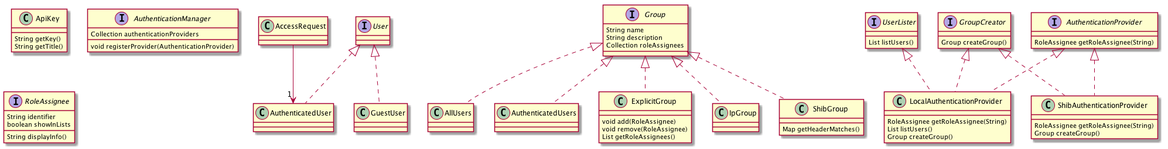
Earlier version of the PlantUML export doc/Architecture/auth-classes.png (IQSS/dataverse).
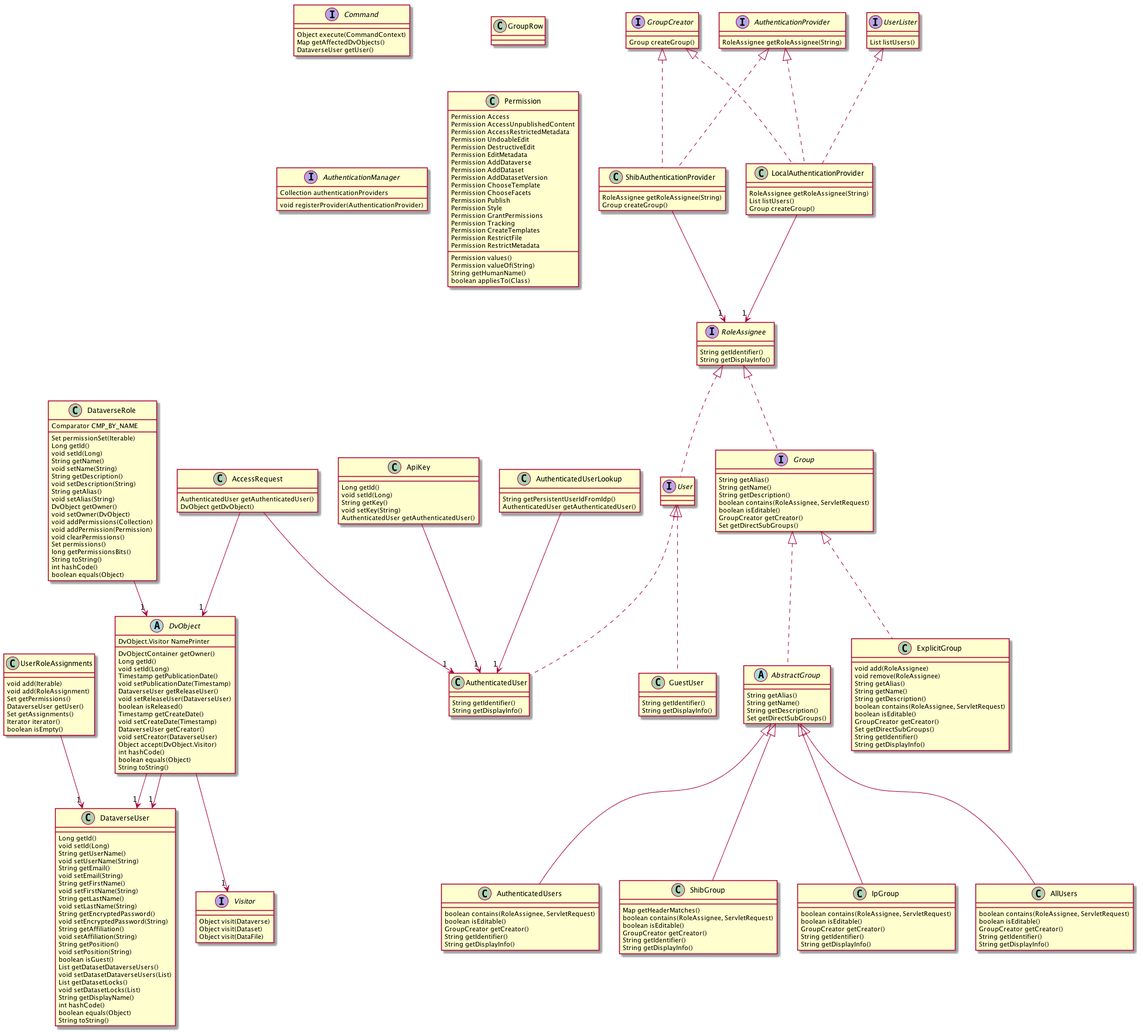
After the change.

What changed in the source:
```diff
@@ -1,77 +1,261 @@
 @startuml
 
 
+class DataverseUser
+abstract DvObject
+interface Visitor
+
+interface Command
+
+class IpGroup
+
+abstract AbstractGroup
+class AllUsers
+class AuthenticatedUsers
+class ExplicitGroup
+
+class ShibGroup
+
+interface Group
+interface GroupCreator
+class GroupRow
+
 class AccessRequest
-class AllUsers
 class ApiKey
 class AuthenticatedUser
-class AuthenticatedUsers
+class AuthenticatedUserLookup
 interface AuthenticationManager
 interface AuthenticationProvider
-class ExplicitGroup
-interface Group
-interface GroupCreator
+class DataverseRole
 class GuestUser
-class IpGroup
 class LocalAuthenticationProvider
+enum Permission
 interface RoleAssignee
 class ShibAuthenticationProvider
-class ShibGroup
 interface User
 interface UserLister
+class UserRoleAssignments
+class Permission
 
+
+Visitor : Object visit(Dataverse)
+Visitor : Object visit(Dataset)
+Visitor : Object visit(DataFile)
+
+Group <|.. AbstractGroup
+AbstractGroup : String getAlias()
+AbstractGroup : String getName()
+AbstractGroup : String getDescription()
+AbstractGroup : Set getDirectSubGroups()
+
+DvObject : DvObject.Visitor NamePrinter
+DvObject --> "1" Visitor
+DvObject --> "1" DataverseUser
+DvObject --> "1" DataverseUser
+DvObject : DvObjectContainer getOwner()
+DvObject : Long getId()
+DvObject : void setId(Long)
+DvObject : Timestamp getPublicationDate()
+DvObject : void setPublicationDate(Timestamp)
+DvObject : DataverseUser getReleaseUser()
+DvObject : void setReleaseUser(DataverseUser)
+DvObject : boolean isReleased()
+DvObject : Timestamp getCreateDate()
+DvObject : void setCreateDate(Timestamp)
+DvObject : DataverseUser getCreator()
+DvObject : void setCreator(DataverseUser)
+DvObject : Object accept(DvObject.Visitor)
+DvObject : int hashCode()
+DvObject : boolean equals(Object)
+DvObject : String toString()
+
+DataverseRole : Comparator CMP_BY_NAME
+DataverseRole --> "1" DvObject
+DataverseRole : Set permissionSet(Iterable)
+DataverseRole : Long getId()
+DataverseRole : void setId(Long)
+DataverseRole : String getName()
+DataverseRole : void setName(String)
+DataverseRole : String getDescription()
+DataverseRole : void setDescription(String)
+DataverseRole : String getAlias()
+DataverseRole : void setAlias(String)
+DataverseRole : DvObject getOwner()
+DataverseRole : void setOwner(DvObject)
+DataverseRole : void addPermissions(Collection)
+DataverseRole : void addPermission(Permission)
+DataverseRole : void clearPermissions()
+DataverseRole : Set permissions()
+DataverseRole : long getPermissionsBits()
+DataverseRole : String toString()
+DataverseRole : int hashCode()
+DataverseRole : boolean equals(Object)
+
+
+User <|.. AuthenticatedUser
+AuthenticatedUser : String getIdentifier()
+AuthenticatedUser : String getDisplayInfo()
+
+UserLister : List listUsers()
+
+AccessRequest --> "1" AuthenticatedUser
+AccessRequest --> "1" DvObject
+AccessRequest : AuthenticatedUser getAuthenticatedUser()
+AccessRequest : DvObject getDvObject()
+
+ApiKey --> "1" AuthenticatedUser
+ApiKey : Long getId()
+ApiKey : void setId(Long)
+ApiKey : String getKey()
+ApiKey : void setKey(String)
+ApiKey : AuthenticatedUser getAuthenticatedUser()
 
 AuthenticationProvider <|.. LocalAuthenticationProvider
 UserLister <|.. LocalAuthenticationProvider
 GroupCreator <|.. LocalAuthenticationProvider
+LocalAuthenticationProvider --> "1" RoleAssignee
 LocalAuthenticationProvider : RoleAssignee getRoleAssignee(String)
 LocalAuthenticationProvider : List listUsers()
 LocalAuthenticationProvider : Group createGroup()
 
-Group <|.. AllUsers
+AuthenticationProvider : RoleAssignee getRoleAssignee(String)
 
-AuthenticationProvider : RoleAssignee getRoleAssignee(String)
+AbstractGroup <|-- ShibGroup
+ShibGroup : Map getHeaderMatches()
+ShibGroup : boolean contains(RoleAssignee, ServletRequest)
+ShibGroup : boolean isEditable()
+ShibGroup : GroupCreator getCreator()
+ShibGroup : String getIdentifier()
+ShibGroup : String getDisplayInfo()
+
+Command : Object execute(CommandContext)
+Command : Map getAffectedDvObjects()
+Command : DataverseUser getUser()
+
+UserRoleAssignments --> "1" DataverseUser
+UserRoleAssignments : void add(Iterable)
+UserRoleAssignments : void add(RoleAssignment)
+UserRoleAssignments : Set getPermissions()
+UserRoleAssignments : DataverseUser getUser()
+UserRoleAssignments : Set getAssignments()
+UserRoleAssignments : Iterator iterator()
+UserRoleAssignments : boolean isEmpty()
+
+User <|.. GuestUser
+GuestUser : String getIdentifier()
+GuestUser : String getDisplayInfo()
+
+AbstractGroup <|-- AllUsers
+AllUsers : boolean contains(RoleAssignee, ServletRequest)
+AllUsers : boolean isEditable()
+AllUsers : GroupCreator getCreator()
+AllUsers : String getIdentifier()
+AllUsers : String getDisplayInfo()
+
+Permission : Permission Access
+Permission : Permission AccessUnpublishedContent
+Permission : Permission AccessRestrictedMetadata
+Permission : Permission UndoableEdit
+Permission : Permission DestructiveEdit
+Permission : Permission EditMetadata
+Permission : Permission AddDataverse
+Permission : Permission AddDataset
+Permission : Permission AddDatasetVersion
+Permission : Permission ChooseTemplate
+Permission : Permission ChooseFacets
+Permission : Permission Publish
+Permission : Permission Style
+Permission : Permission GrantPermissions
+Permission : Permission Tracking
+Permission : Permission CreateTemplates
+Permission : Permission RestrictFile
+Permission : Permission RestrictMetadata
+Permission : Permission values()
+Permission : Permission valueOf(String)
+Permission : String getHumanName()
+Permission : boolean appliesTo(Class)
 
 AuthenticationProvider <|.. ShibAuthenticationProvider
 GroupCreator <|.. ShibAuthenticationProvider
+ShibAuthenticationProvider --> "1" RoleAssignee
 ShibAuthenticationProvider : RoleAssignee getRoleAssignee(String)
 ShibAuthenticationProvider : Group createGroup()
+
+AuthenticatedUserLookup --> "1" AuthenticatedUser
+AuthenticatedUserLookup : String getPersistentUserIdFromIdp()
+AuthenticatedUserLookup : AuthenticatedUser getAuthenticatedUser()
+
+DataverseUser : Long getId()
+DataverseUser : void setId(Long)
+DataverseUser : String getUserName()
+DataverseUser : void setUserName(String)
+DataverseUser : String getEmail()
+DataverseUser : void setEmail(String)
+DataverseUser : String getFirstName()
+DataverseUser : void setFirstName(String)
+DataverseUser : String getLastName()
+DataverseUser : void setLastName(String)
+DataverseUser : String getEncryptedPassword()
+DataverseUser : void setEncryptedPassword(String)
+DataverseUser : String getAffiliation()
+DataverseUser : void setAffiliation(String)
+DataverseUser : String getPosition()
+DataverseUser : void setPosition(String)
+DataverseUser : boolean isGuest()
+DataverseUser : List getDatasetDataverseUsers()
+DataverseUser : void setDatasetDataverseUsers(List)
+DataverseUser : List getDatasetLocks()
+DataverseUser : void setDatasetLocks(List)
+DataverseUser : String getDisplayName()
+DataverseUser : int hashCode()
+DataverseUser : boolean equals(Object)
+DataverseUser : String toString()
+
+RoleAssignee : String getIdentifier()
+RoleAssignee : String getDisplayInfo()
 
 AuthenticationManager : Collection authenticationProviders
 AuthenticationManager : void registerProvider(AuthenticationProvider)
 
-Group <|.. IpGroup
+RoleAssignee <|.. User
 
-Group : String name
-Group : String description
-Group : Collection roleAssignees
-
-ApiKey : String getKey()
-ApiKey : String getTitle()
-
-GroupCreator : Group createGroup()
-
-Group <|.. AuthenticatedUsers
-
-Group <|.. ShibGroup
-ShibGroup : Map getHeaderMatches()
-
-RoleAssignee : String identifier
-RoleAssignee : boolean showInLists
-RoleAssignee : String displayInfo()
-
-User <|.. AuthenticatedUser
-
-AccessRequest --> "1" AuthenticatedUser
-
-
-UserLister : List listUsers()
 
 Group <|.. ExplicitGroup
 ExplicitGroup : void add(RoleAssignee)
 ExplicitGroup : void remove(RoleAssignee)
-ExplicitGroup : List getRoleAssignees()
+ExplicitGroup : String getAlias()
+ExplicitGroup : String getName()
+ExplicitGroup : String getDescription()
+ExplicitGroup : boolean contains(RoleAssignee, ServletRequest)
+ExplicitGroup : boolean isEditable()
+ExplicitGroup : GroupCreator getCreator()
+ExplicitGroup : Set getDirectSubGroups()
+ExplicitGroup : String getIdentifier()
+ExplicitGroup : String getDisplayInfo()
 
-User <|.. GuestUser
+AbstractGroup <|-- IpGroup
+IpGroup : boolean contains(RoleAssignee, ServletRequest)
+IpGroup : boolean isEditable()
+IpGroup : GroupCreator getCreator()
+IpGroup : String getIdentifier()
+IpGroup : String getDisplayInfo()
+
+GroupCreator : Group createGroup()
+
+AbstractGroup <|-- AuthenticatedUsers
+AuthenticatedUsers : boolean contains(RoleAssignee, ServletRequest)
+AuthenticatedUsers : boolean isEditable()
+AuthenticatedUsers : GroupCreator getCreator()
+AuthenticatedUsers : String getIdentifier()
+AuthenticatedUsers : String getDisplayInfo()
+
+RoleAssignee <|.. Group
+Group : String getAlias()
+Group : String getName()
+Group : String getDescription()
+Group : boolean contains(RoleAssignee, ServletRequest)
+Group : boolean isEditable()
+Group : GroupCreator getCreator()
+Group : Set getDirectSubGroups()
 
 @enduml
```
